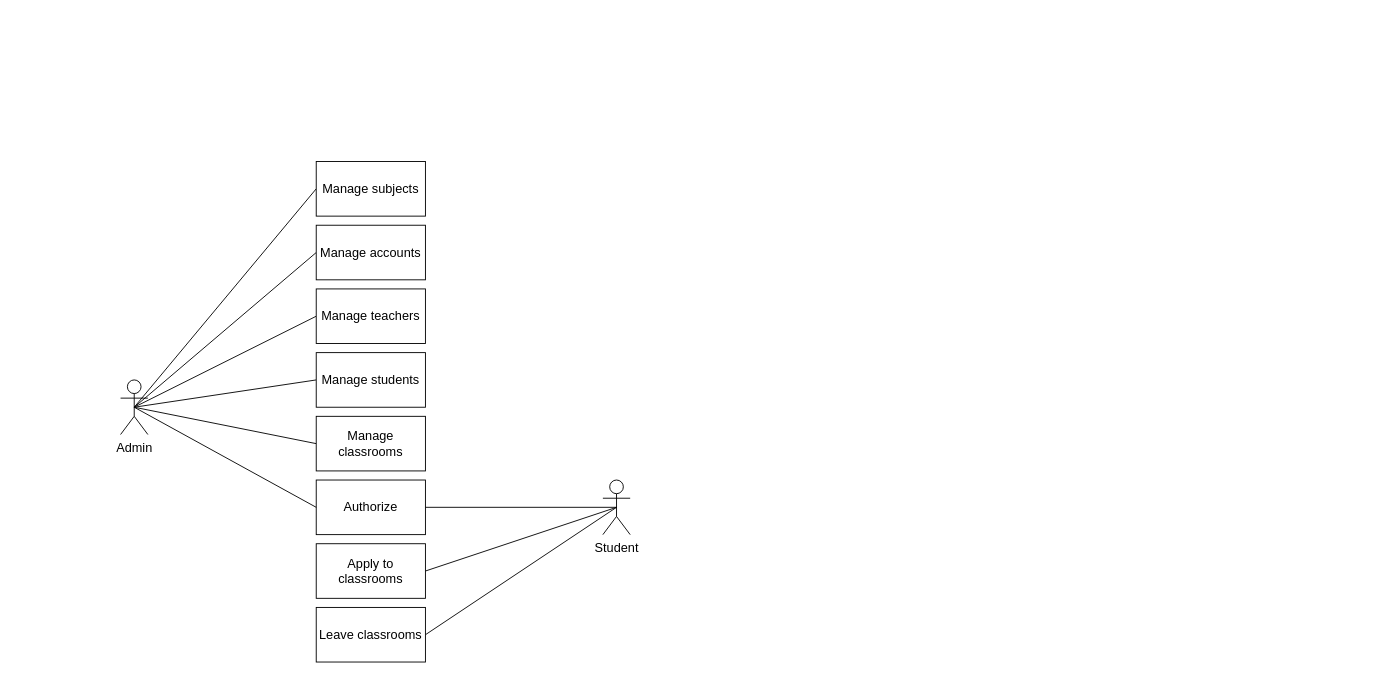
This is page "Usecase" (1 of 2) of design.drawio from phuongbv00/aptech_crm, a draw.io file, before an edit. Source tidied: cells renumbered, new cells numbered last; positions are measured from the earlier drawing's top-left corner, leaving out a move shared by most shapes. Both pictures are drawn from the tidied source at 91%, with x=0, y=0 at pixel (120, 161).
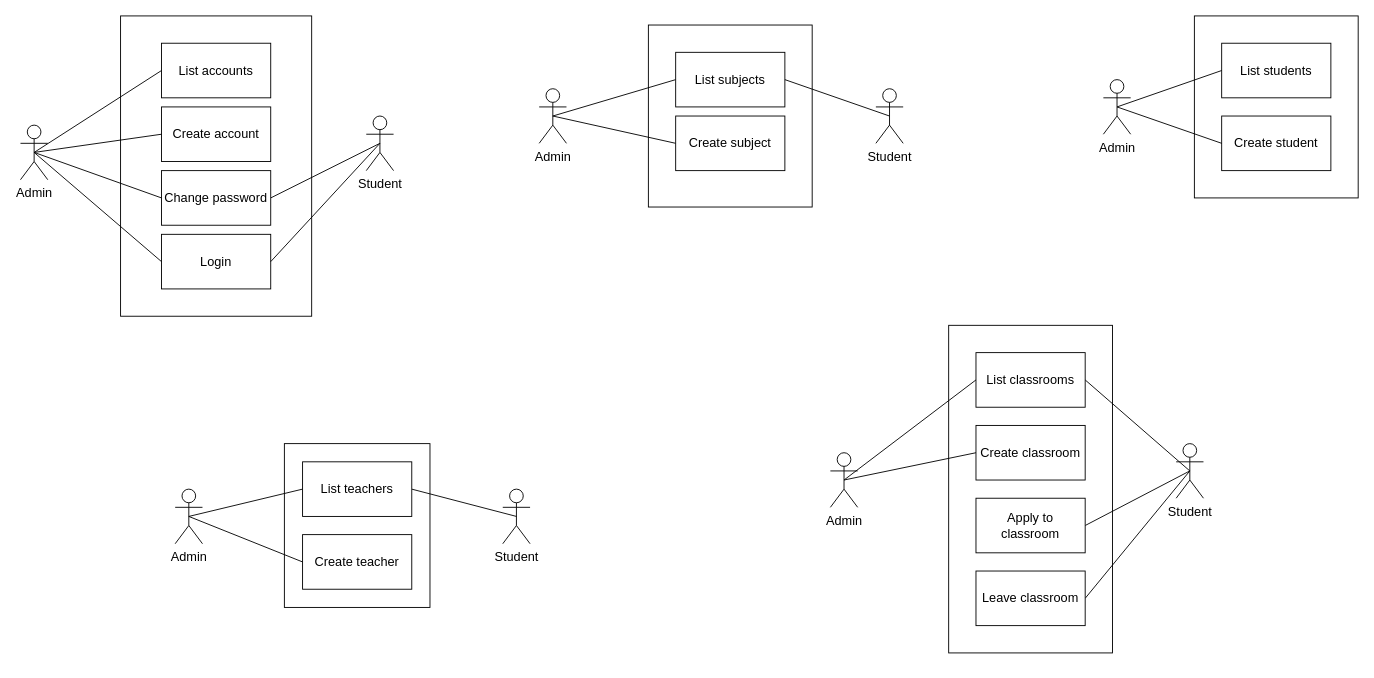
Above is the later version.

Commit message (it also covers changes not shown here):
list acc

Change to the diagram source:
```diff
@@
+    <mxCell id="21" style="rounded=0;whiteSpace=wrap;html=1;fontSize=14;" parent="1" vertex="1">
+      <mxGeometry x="910" y="180" width="180" height="360" as="geometry" />
+    </mxCell>
+    <mxCell id="22" style="rounded=0;whiteSpace=wrap;html=1;fontSize=14;" parent="1" vertex="1">
+      <mxGeometry x="1180" y="-160" width="180" height="200" as="geometry" />
+    </mxCell>
+    <mxCell id="23" style="rounded=0;whiteSpace=wrap;html=1;fontSize=14;" parent="1" vertex="1">
+      <mxGeometry x="180" y="310" width="160" height="180" as="geometry" />
+    </mxCell>
+    <mxCell id="24" style="rounded=0;whiteSpace=wrap;html=1;fontSize=14;" parent="1" vertex="1">
+      <mxGeometry y="-160" width="210" height="330" as="geometry" />
+    </mxCell>
+    <mxCell id="25" style="rounded=0;whiteSpace=wrap;html=1;fontSize=14;" parent="1" vertex="1">
+      <mxGeometry x="580" y="-150" width="180" height="200" as="geometry" />
+    </mxCell>
-    <mxCell id="2" value="Authorize" style="rounded=0;whiteSpace=wrap;html=1;fontSize=14;" parent="1" vertex="1">
-      <mxGeometry x="215" y="350" width="120" height="60" as="geometry" />
+    <mxCell id="2" value="Login" style="rounded=0;whiteSpace=wrap;html=1;fontSize=14;" parent="1" vertex="1">
+      <mxGeometry x="45" y="80" width="120" height="60" as="geometry" />
     </mxCell>
-    <mxCell id="3" style="rounded=0;jettySize=auto;html=1;exitX=0.5;exitY=0.5;exitDx=0;exitDy=0;exitPerimeter=0;entryX=0;entryY=0.5;entryDx=0;entryDy=0;endArrow=none;endFill=0;fontSize=14;" parent="1" edge="1" source="9" target="2">
-      <mxGeometry relative="1" as="geometry" />
-    </mxCell>
-    <mxCell id="4" style="edgeStyle=none;rounded=0;jettySize=auto;html=1;exitX=0.5;exitY=0.5;exitDx=0;exitDy=0;exitPerimeter=0;entryX=0;entryY=0.5;entryDx=0;entryDy=0;endArrow=none;endFill=0;fontSize=14;" parent="1" edge="1" source="9" target="18">
-      <mxGeometry relative="1" as="geometry" />
-    </mxCell>
-    <mxCell id="5" style="edgeStyle=none;rounded=0;jettySize=auto;html=1;exitX=0.5;exitY=0.5;exitDx=0;exitDy=0;exitPerimeter=0;entryX=0;entryY=0.5;entryDx=0;entryDy=0;endArrow=none;endFill=0;fontSize=14;" parent="1" edge="1" source="9" target="15">
-      <mxGeometry relative="1" as="geometry" />
-    </mxCell>
@@
-    <mxCell id="7" style="rounded=0;jettySize=auto;html=1;exitX=0.5;exitY=0.5;exitDx=0;exitDy=0;exitPerimeter=0;entryX=0;entryY=0.5;entryDx=0;entryDy=0;endArrow=none;endFill=0;" parent="1" edge="1" source="9" target="19">
-      <mxGeometry relative="1" as="geometry" />
-    </mxCell>
-    <mxCell id="8" style="edgeStyle=none;rounded=0;jettySize=auto;html=1;exitX=0.5;exitY=0.5;exitDx=0;exitDy=0;exitPerimeter=0;entryX=0;entryY=0.5;entryDx=0;entryDy=0;endArrow=none;endFill=0;" parent="1" edge="1" source="9" target="20">
-      <mxGeometry relative="1" as="geometry" />
-    </mxCell>
+    <mxCell id="26" style="edgeStyle=none;rounded=0;jettySize=auto;html=1;exitX=0.5;exitY=0.5;exitDx=0;exitDy=0;exitPerimeter=0;entryX=0;entryY=0.5;entryDx=0;entryDy=0;endArrow=none;endFill=0;fontSize=14;" parent="1" edge="1" source="9" target="31">
+      <mxGeometry relative="1" as="geometry" />
+    </mxCell>
     <mxCell id="9" value="Admin" style="shape=umlActor;verticalLabelPosition=bottom;verticalAlign=top;html=1;outlineConnect=0;fontSize=14;" parent="1" vertex="1">
-      <mxGeometry y="240" width="30" height="60" as="geometry" />
+      <mxGeometry x="460" y="-80" width="30" height="60" as="geometry" />
     </mxCell>
@@
-    <mxCell id="11" style="edgeStyle=none;rounded=0;jettySize=auto;html=1;exitX=0.5;exitY=0.5;exitDx=0;exitDy=0;exitPerimeter=0;entryX=1;entryY=0.5;entryDx=0;entryDy=0;endArrow=none;endFill=0;fontSize=14;" parent="1" edge="1" source="13" target="14">
-      <mxGeometry relative="1" as="geometry" />
-    </mxCell>
-    <mxCell id="12" style="edgeStyle=none;rounded=0;jettySize=auto;html=1;exitX=0.5;exitY=0.5;exitDx=0;exitDy=0;exitPerimeter=0;entryX=1;entryY=0.5;entryDx=0;entryDy=0;endArrow=none;endFill=0;fontSize=14;" parent="1" edge="1" source="13" target="17">
-      <mxGeometry relative="1" as="geometry" />
-    </mxCell>
+    <mxCell id="27" style="edgeStyle=none;rounded=0;jettySize=auto;html=1;exitX=0.5;exitY=0.5;exitDx=0;exitDy=0;exitPerimeter=0;entryX=1;entryY=0.5;entryDx=0;entryDy=0;endArrow=none;endFill=0;fontSize=14;" parent="1" edge="1" source="13" target="33">
+      <mxGeometry relative="1" as="geometry" />
+    </mxCell>
     <mxCell id="13" value="Student" style="shape=umlActor;verticalLabelPosition=bottom;verticalAlign=top;html=1;outlineConnect=0;fontSize=14;" parent="1" vertex="1">
-      <mxGeometry x="530" y="350" width="30" height="60" as="geometry" />
+      <mxGeometry x="270" y="-50" width="30" height="60" as="geometry" />
     </mxCell>
+    <mxCell id="28" style="edgeStyle=none;rounded=0;jettySize=auto;html=1;exitX=1;exitY=0.5;exitDx=0;exitDy=0;entryX=0.5;entryY=0.5;entryDx=0;entryDy=0;entryPerimeter=0;endArrow=none;endFill=0;fontSize=14;" parent="1" edge="1" source="14" target="56">
+      <mxGeometry relative="1" as="geometry" />
+    </mxCell>
-    <mxCell id="14" value="Apply to classrooms" style="rounded=0;whiteSpace=wrap;html=1;fontSize=14;" parent="1" vertex="1">
-      <mxGeometry x="215" y="420" width="120" height="60" as="geometry" />
+    <mxCell id="14" value="Apply to classroom" style="rounded=0;whiteSpace=wrap;html=1;fontSize=14;" parent="1" vertex="1">
+      <mxGeometry x="940" y="370" width="120" height="60" as="geometry" />
     </mxCell>
-    <mxCell id="15" value="Manage accounts" style="rounded=0;whiteSpace=wrap;html=1;fontSize=14;" parent="1" vertex="1">
-      <mxGeometry x="215" y="70" width="120" height="60" as="geometry" />
+    <mxCell id="15" value="List accounts" style="rounded=0;whiteSpace=wrap;html=1;fontSize=14;" parent="1" vertex="1">
+      <mxGeometry x="45" y="-130" width="120" height="60" as="geometry" />
     </mxCell>
-    <mxCell id="16" value="Manage subjects" style="rounded=0;whiteSpace=wrap;html=1;fontSize=14;" parent="1" vertex="1">
-      <mxGeometry x="215" width="120" height="60" as="geometry" />
+    <mxCell id="16" value="List subjects" style="rounded=0;whiteSpace=wrap;html=1;fontSize=14;" parent="1" vertex="1">
+      <mxGeometry x="610" y="-120" width="120" height="60" as="geometry" />
     </mxCell>
+    <mxCell id="29" style="edgeStyle=none;rounded=0;jettySize=auto;html=1;exitX=1;exitY=0.5;exitDx=0;exitDy=0;endArrow=none;endFill=0;entryX=0.5;entryY=0.5;entryDx=0;entryDy=0;entryPerimeter=0;fontSize=14;" parent="1" edge="1" source="17" target="56">
+      <mxGeometry relative="1" as="geometry" />
+    </mxCell>
-    <mxCell id="17" value="Leave classrooms" style="rounded=0;whiteSpace=wrap;html=1;fontSize=14;" parent="1" vertex="1">
-      <mxGeometry x="215" y="490" width="120" height="60" as="geometry" />
+    <mxCell id="17" value="Leave classroom" style="rounded=0;whiteSpace=wrap;html=1;fontSize=14;" parent="1" vertex="1">
+      <mxGeometry x="940" y="450" width="120" height="60" as="geometry" />
     </mxCell>
-    <mxCell id="18" value="Manage classrooms" style="rounded=0;whiteSpace=wrap;html=1;fontSize=14;" parent="1" vertex="1">
-      <mxGeometry x="215" y="280" width="120" height="60" as="geometry" />
-    </mxCell>
-    <mxCell id="19" value="Manage students" style="rounded=0;whiteSpace=wrap;html=1;fontSize=14;" parent="1" vertex="1">
-      <mxGeometry x="215" y="210" width="120" height="60" as="geometry" />
+    <mxCell id="19" value="List students" style="rounded=0;whiteSpace=wrap;html=1;fontSize=14;" parent="1" vertex="1">
+      <mxGeometry x="1210" y="-130" width="120" height="60" as="geometry" />
     </mxCell>
+    <mxCell id="30" style="edgeStyle=none;rounded=0;jettySize=auto;html=1;exitX=1;exitY=0.5;exitDx=0;exitDy=0;entryX=0.5;entryY=0.5;entryDx=0;entryDy=0;entryPerimeter=0;endArrow=none;endFill=0;fontSize=14;" parent="1" edge="1" source="20" target="45">
+      <mxGeometry relative="1" as="geometry" />
+    </mxCell>
-    <mxCell id="20" value="Manage teachers" style="rounded=0;whiteSpace=wrap;html=1;fontSize=14;" parent="1" vertex="1">
-      <mxGeometry x="215" y="140" width="120" height="60" as="geometry" />
+    <mxCell id="20" value="List teachers" style="rounded=0;whiteSpace=wrap;html=1;fontSize=14;" parent="1" vertex="1">
+      <mxGeometry x="200" y="330" width="120" height="60" as="geometry" />
     </mxCell>
+    <mxCell id="31" value="Create subject" style="rounded=0;whiteSpace=wrap;html=1;fontSize=14;" parent="1" vertex="1">
+      <mxGeometry x="610" y="-50" width="120" height="60" as="geometry" />
+    </mxCell>
+    <mxCell id="32" value="Create account" style="rounded=0;whiteSpace=wrap;html=1;fontSize=14;" parent="1" vertex="1">
+      <mxGeometry x="45" y="-60" width="120" height="60" as="geometry" />
+    </mxCell>
+    <mxCell id="33" value="Change password" style="rounded=0;whiteSpace=wrap;html=1;fontSize=14;" parent="1" vertex="1">
+      <mxGeometry x="45" y="10" width="120" height="60" as="geometry" />
+    </mxCell>
+    <mxCell id="34" style="edgeStyle=none;rounded=0;jettySize=auto;html=1;exitX=0.5;exitY=0.5;exitDx=0;exitDy=0;exitPerimeter=0;entryX=1;entryY=0.5;entryDx=0;entryDy=0;endArrow=none;endFill=0;fontSize=14;" parent="1" edge="1" source="35" target="16">
+      <mxGeometry relative="1" as="geometry" />
+    </mxCell>
+    <mxCell id="35" value="Student" style="shape=umlActor;verticalLabelPosition=bottom;verticalAlign=top;html=1;outlineConnect=0;fontSize=14;" parent="1" vertex="1">
+      <mxGeometry x="830" y="-80" width="30" height="60" as="geometry" />
+    </mxCell>
+    <mxCell id="36" style="edgeStyle=none;rounded=0;jettySize=auto;html=1;exitX=0.5;exitY=0.5;exitDx=0;exitDy=0;exitPerimeter=0;entryX=0;entryY=0.5;entryDx=0;entryDy=0;endArrow=none;endFill=0;fontSize=14;" parent="1" edge="1" source="40" target="15">
+      <mxGeometry relative="1" as="geometry" />
+    </mxCell>
+    <mxCell id="37" style="edgeStyle=none;rounded=0;jettySize=auto;html=1;exitX=0.5;exitY=0.5;exitDx=0;exitDy=0;exitPerimeter=0;entryX=0;entryY=0.5;entryDx=0;entryDy=0;endArrow=none;endFill=0;fontSize=14;" parent="1" edge="1" source="40" target="32">
+      <mxGeometry relative="1" as="geometry" />
+    </mxCell>
+    <mxCell id="38" style="edgeStyle=none;rounded=0;jettySize=auto;html=1;exitX=0.5;exitY=0.5;exitDx=0;exitDy=0;exitPerimeter=0;entryX=0;entryY=0.5;entryDx=0;entryDy=0;endArrow=none;endFill=0;fontSize=14;" parent="1" edge="1" source="40" target="33">
+      <mxGeometry relative="1" as="geometry" />
+    </mxCell>
+    <mxCell id="39" style="edgeStyle=none;rounded=0;jettySize=auto;html=1;exitX=0.5;exitY=0.5;exitDx=0;exitDy=0;exitPerimeter=0;entryX=0;entryY=0.5;entryDx=0;entryDy=0;endArrow=none;endFill=0;fontSize=14;" parent="1" edge="1" source="40" target="2">
+      <mxGeometry relative="1" as="geometry" />
+    </mxCell>
+    <mxCell id="40" value="Admin" style="shape=umlActor;verticalLabelPosition=bottom;verticalAlign=top;html=1;outlineConnect=0;fontSize=14;" parent="1" vertex="1">
+      <mxGeometry x="-110" y="-40" width="30" height="60" as="geometry" />
+    </mxCell>
+    <mxCell id="41" value="Create teacher" style="rounded=0;whiteSpace=wrap;html=1;fontSize=14;" parent="1" vertex="1">
+      <mxGeometry x="200" y="410" width="120" height="60" as="geometry" />
+    </mxCell>
+    <mxCell id="42" style="edgeStyle=none;rounded=0;jettySize=auto;html=1;exitX=0.5;exitY=0.5;exitDx=0;exitDy=0;exitPerimeter=0;entryX=0;entryY=0.5;entryDx=0;entryDy=0;endArrow=none;endFill=0;fontSize=14;" parent="1" edge="1" source="44" target="20">
+      <mxGeometry relative="1" as="geometry" />
+    </mxCell>
+    <mxCell id="43" style="edgeStyle=none;rounded=0;jettySize=auto;html=1;exitX=0.5;exitY=0.5;exitDx=0;exitDy=0;exitPerimeter=0;entryX=0;entryY=0.5;entryDx=0;entryDy=0;endArrow=none;endFill=0;fontSize=14;" parent="1" edge="1" source="44" target="41">
+      <mxGeometry relative="1" as="geometry" />
+    </mxCell>
+    <mxCell id="44" value="Admin" style="shape=umlActor;verticalLabelPosition=bottom;verticalAlign=top;html=1;outlineConnect=0;fontSize=14;" parent="1" vertex="1">
+      <mxGeometry x="60" y="360" width="30" height="60" as="geometry" />
+    </mxCell>
+    <mxCell id="45" value="Student" style="shape=umlActor;verticalLabelPosition=bottom;verticalAlign=top;html=1;outlineConnect=0;fontSize=14;" parent="1" vertex="1">
+      <mxGeometry x="420" y="360" width="30" height="60" as="geometry" />
+    </mxCell>
+    <mxCell id="46" value="Create student" style="rounded=0;whiteSpace=wrap;html=1;fontSize=14;" parent="1" vertex="1">
+      <mxGeometry x="1210" y="-50" width="120" height="60" as="geometry" />
+    </mxCell>
+    <mxCell id="47" style="edgeStyle=none;rounded=0;jettySize=auto;html=1;exitX=0.5;exitY=0.5;exitDx=0;exitDy=0;exitPerimeter=0;entryX=0;entryY=0.5;entryDx=0;entryDy=0;endArrow=none;endFill=0;fontSize=14;" parent="1" edge="1" source="49" target="19">
+      <mxGeometry relative="1" as="geometry" />
+    </mxCell>
+    <mxCell id="48" style="edgeStyle=none;rounded=0;jettySize=auto;html=1;exitX=0.5;exitY=0.5;exitDx=0;exitDy=0;exitPerimeter=0;entryX=0;entryY=0.5;entryDx=0;entryDy=0;endArrow=none;endFill=0;fontSize=14;" parent="1" edge="1" source="49" target="46">
+      <mxGeometry relative="1" as="geometry" />
+    </mxCell>
+    <mxCell id="49" value="Admin" style="shape=umlActor;verticalLabelPosition=bottom;verticalAlign=top;html=1;outlineConnect=0;fontSize=14;" parent="1" vertex="1">
+      <mxGeometry x="1080" y="-90" width="30" height="60" as="geometry" />
+    </mxCell>
+    <mxCell id="50" style="edgeStyle=none;rounded=0;jettySize=auto;html=1;exitX=1;exitY=0.5;exitDx=0;exitDy=0;entryX=0.5;entryY=0.5;entryDx=0;entryDy=0;entryPerimeter=0;endArrow=none;endFill=0;fontSize=14;" parent="1" edge="1" source="51" target="56">
+      <mxGeometry relative="1" as="geometry" />
+    </mxCell>
+    <mxCell id="51" value="List classrooms" style="rounded=0;whiteSpace=wrap;html=1;fontSize=14;" parent="1" vertex="1">
+      <mxGeometry x="940" y="210" width="120" height="60" as="geometry" />
+    </mxCell>
+    <mxCell id="52" value="Create classroom" style="rounded=0;whiteSpace=wrap;html=1;fontSize=14;" parent="1" vertex="1">
+      <mxGeometry x="940" y="290" width="120" height="60" as="geometry" />
+    </mxCell>
+    <mxCell id="53" style="edgeStyle=none;rounded=0;jettySize=auto;html=1;exitX=0.5;exitY=0.5;exitDx=0;exitDy=0;exitPerimeter=0;entryX=0;entryY=0.5;entryDx=0;entryDy=0;endArrow=none;endFill=0;fontSize=14;" parent="1" edge="1" source="55" target="51">
+      <mxGeometry relative="1" as="geometry" />
+    </mxCell>
+    <mxCell id="54" style="edgeStyle=none;rounded=0;jettySize=auto;html=1;exitX=0.5;exitY=0.5;exitDx=0;exitDy=0;exitPerimeter=0;entryX=0;entryY=0.5;entryDx=0;entryDy=0;endArrow=none;endFill=0;fontSize=14;" parent="1" edge="1" source="55" target="52">
+      <mxGeometry relative="1" as="geometry" />
+    </mxCell>
+    <mxCell id="55" value="Admin" style="shape=umlActor;verticalLabelPosition=bottom;verticalAlign=top;html=1;outlineConnect=0;fontSize=14;" parent="1" vertex="1">
+      <mxGeometry x="780" y="320" width="30" height="60" as="geometry" />
+    </mxCell>
+    <mxCell id="56" value="Student" style="shape=umlActor;verticalLabelPosition=bottom;verticalAlign=top;html=1;outlineConnect=0;fontSize=14;" parent="1" vertex="1">
+      <mxGeometry x="1160" y="310" width="30" height="60" as="geometry" />
+    </mxCell>
```
